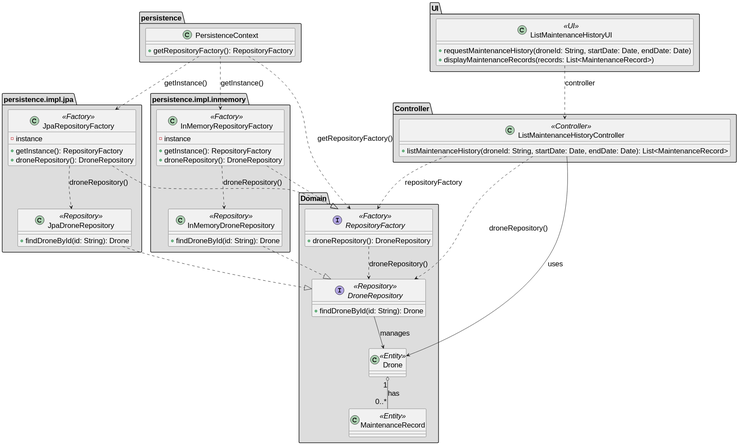
This is docs/SPRINT_3/US325/images/class-diagram-325.svg from diogoveirospro/sem4pi-2024-2025-sem4pi_2024_2025_g44, a PlantUML export, as it was before one commit. The source it was exported from:
```plantuml
@startuml
skinparamlocked defaultFontSize 20
set separator none

package "Domain" #DDDDDD {

    class Drone <<Entity>> {
    }

    class MaintenanceRecord <<Entity>> {
    }

    interface DroneRepository <<Repository>> {
        + findDroneById(id: String): Drone
    }

    interface RepositoryFactory <<Factory>> {
        + droneRepository(): DroneRepository
    }
}

package "UI" #DDDDDD {
    class ListMaintenanceHistoryUI <<UI>> {
        + requestMaintenanceHistory(droneId: String, startDate: Date, endDate: Date)
        + displayMaintenanceRecords(records: List<MaintenanceRecord>)
    }
}

package "Controller" #DDDDDD {
    class ListMaintenanceHistoryController <<Controller>> {
        + listMaintenanceHistory(droneId: String, startDate: Date, endDate: Date): List<MaintenanceRecord>
    }
}

package "persistence.impl.jpa" #DDDDDD {
    class JpaDroneRepository <<Repository>> {
        + findDroneById(id: String): Drone
    }

    class JpaRepositoryFactory <<Factory>> {
        - instance
        + getInstance(): RepositoryFactory
        + droneRepository(): DroneRepository
    }
}

package "persistence.impl.inmemory" #DDDDDD {
    class InMemoryDroneRepository <<Repository>> {
        + findDroneById(id: String): Drone
    }

    class InMemoryRepositoryFactory <<Factory>> {
        - instance
        + getInstance(): RepositoryFactory
        + droneRepository(): DroneRepository
    }
}

package "persistence" #DDDDDD {
    class PersistenceContext {
        + getRepositoryFactory(): RepositoryFactory
    }
}


Drone "1" o-- "0..*" MaintenanceRecord : has

DroneRepository --> Drone : manages
RepositoryFactory ..> DroneRepository : droneRepository()

ListMaintenanceHistoryController ..> RepositoryFactory : repositoryFactory
ListMaintenanceHistoryController ..> DroneRepository : droneRepository()
ListMaintenanceHistoryController --> Drone : uses

ListMaintenanceHistoryUI ..> ListMaintenanceHistoryController : controller

PersistenceContext ..> JpaRepositoryFactory : getInstance()
PersistenceContext ..> InMemoryRepositoryFactory : getInstance()
PersistenceContext ..> RepositoryFactory : getRepositoryFactory()

JpaDroneRepository ..|> DroneRepository
InMemoryDroneRepository ..|> DroneRepository

JpaRepositoryFactory ..|> RepositoryFactory
InMemoryRepositoryFactory ..|> RepositoryFactory

JpaRepositoryFactory ..> JpaDroneRepository : droneRepository()
InMemoryRepositoryFactory ..> InMemoryDroneRepository : droneRepository()
@enduml
```
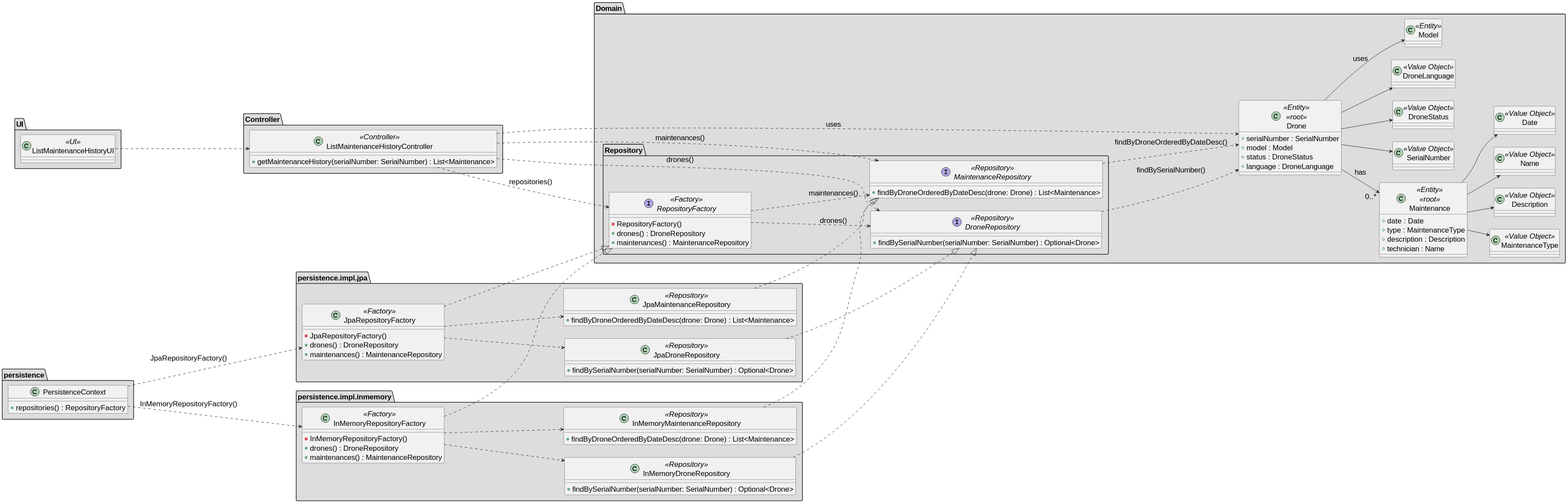
The same diagram one commit later.

Change to the diagram source:
```diff
@@ -1,89 +1,136 @@
 @startuml
 skinparamlocked defaultFontSize 20
 set separator none
+left to right direction
 
 package "Domain" #DDDDDD {
 
-    class Drone <<Entity>> {
+    package "Repository" #DDDDDD {
+        Interface DroneRepository <<Repository>> {
+            + findBySerialNumber(serialNumber: SerialNumber) : Optional<Drone>
+        }
+
+        Interface MaintenanceRepository <<Repository>> {
+            + findByDroneOrderedByDateDesc(drone: Drone) : List<Maintenance>
+        }
+
+        Interface RepositoryFactory <<Factory>> {
+            - RepositoryFactory()
+            + drones() : DroneRepository
+            + maintenances() : MaintenanceRepository
+        }
     }
 
-    class MaintenanceRecord <<Entity>> {
+    class Drone <<Entity>> <<root>> {
+        + serialNumber : SerialNumber
+        + model : Model
+        + status : DroneStatus
+        + language : DroneLanguage
     }
 
-    interface DroneRepository <<Repository>> {
-        + findDroneById(id: String): Drone
+    class Maintenance <<Entity>> <<root>> {
+        + date : Date
+        + type : MaintenanceType
+        + description : Description
+        + technician : Name
     }
 
-    interface RepositoryFactory <<Factory>> {
-        + droneRepository(): DroneRepository
-    }
+    class SerialNumber <<Value Object>>
+    class MaintenanceType <<Value Object>>
+    class Description <<Value Object>>
+    class Name <<Value Object>>
+    class Date <<Value Object>>
+    class DroneStatus <<Value Object>>
+    class DroneLanguage <<Value Object>>
+    class Model <<Entity>>
 }
 
 package "UI" #DDDDDD {
     class ListMaintenanceHistoryUI <<UI>> {
-        + requestMaintenanceHistory(droneId: String, startDate: Date, endDate: Date)
-        + displayMaintenanceRecords(records: List<MaintenanceRecord>)
     }
 }
 
 package "Controller" #DDDDDD {
     class ListMaintenanceHistoryController <<Controller>> {
-        + listMaintenanceHistory(droneId: String, startDate: Date, endDate: Date): List<MaintenanceRecord>
+        + getMaintenanceHistory(serialNumber: SerialNumber) : List<Maintenance>
     }
 }
 
 package "persistence.impl.jpa" #DDDDDD {
     class JpaDroneRepository <<Repository>> {
-        + findDroneById(id: String): Drone
+        + findBySerialNumber(serialNumber: SerialNumber) : Optional<Drone>
+    }
+
+    class JpaMaintenanceRepository <<Repository>> {
+        + findByDroneOrderedByDateDesc(drone: Drone) : List<Maintenance>
     }
 
     class JpaRepositoryFactory <<Factory>> {
-        - instance
-        + getInstance(): RepositoryFactory
-        + droneRepository(): DroneRepository
+        - JpaRepositoryFactory()
+        + drones() : DroneRepository
+        + maintenances() : MaintenanceRepository
     }
 }
 
 package "persistence.impl.inmemory" #DDDDDD {
     class InMemoryDroneRepository <<Repository>> {
-        + findDroneById(id: String): Drone
+        + findBySerialNumber(serialNumber: SerialNumber) : Optional<Drone>
+    }
+
+    class InMemoryMaintenanceRepository <<Repository>> {
+        + findByDroneOrderedByDateDesc(drone: Drone) : List<Maintenance>
     }
 
     class InMemoryRepositoryFactory <<Factory>> {
-        - instance
-        + getInstance(): RepositoryFactory
-        + droneRepository(): DroneRepository
+        - InMemoryRepositoryFactory()
+        + drones() : DroneRepository
+        + maintenances() : MaintenanceRepository
     }
 }
 
 package "persistence" #DDDDDD {
     class PersistenceContext {
-        + getRepositoryFactory(): RepositoryFactory
+        + repositories() : RepositoryFactory
     }
 }
 
+Drone --> "0..*" Maintenance : has
+Drone --> Model : uses
+Drone --> SerialNumber
+Drone --> DroneStatus
+Drone --> DroneLanguage
 
-Drone "1" o-- "0..*" MaintenanceRecord : has
+Maintenance --> MaintenanceType
+Maintenance --> Date
+Maintenance --> Description
+Maintenance --> Name
 
-DroneRepository --> Drone : manages
-RepositoryFactory ..> DroneRepository : droneRepository()
+RepositoryFactory ..> DroneRepository : drones()
+RepositoryFactory ..> MaintenanceRepository : maintenances()
 
-ListMaintenanceHistoryController ..> RepositoryFactory : repositoryFactory
-ListMaintenanceHistoryController ..> DroneRepository : droneRepository()
-ListMaintenanceHistoryController --> Drone : uses
+ListMaintenanceHistoryUI ..> ListMaintenanceHistoryController
+ListMaintenanceHistoryController ..> RepositoryFactory : repositories()
+ListMaintenanceHistoryController ..> DroneRepository : drones()
+ListMaintenanceHistoryController ..> MaintenanceRepository : maintenances()
+ListMaintenanceHistoryController ..> Drone : uses
 
-ListMaintenanceHistoryUI ..> ListMaintenanceHistoryController : controller
+DroneRepository ..> Drone : findBySerialNumber()
+MaintenanceRepository ..> Drone : findByDroneOrderedByDateDesc()
 
-PersistenceContext ..> JpaRepositoryFactory : getInstance()
-PersistenceContext ..> InMemoryRepositoryFactory : getInstance()
-PersistenceContext ..> RepositoryFactory : getRepositoryFactory()
+PersistenceContext ..> JpaRepositoryFactory : JpaRepositoryFactory()
+PersistenceContext ..> InMemoryRepositoryFactory : InMemoryRepositoryFactory()
+
+JpaRepositoryFactory ..|> RepositoryFactory
+JpaRepositoryFactory ..> JpaDroneRepository
+JpaRepositoryFactory ..> JpaMaintenanceRepository
 
 JpaDroneRepository ..|> DroneRepository
+JpaMaintenanceRepository ..|> MaintenanceRepository
+
+InMemoryRepositoryFactory ..|> RepositoryFactory
+InMemoryRepositoryFactory ..> InMemoryDroneRepository
+InMemoryRepositoryFactory ..> InMemoryMaintenanceRepository
+
 InMemoryDroneRepository ..|> DroneRepository
-
-JpaRepositoryFactory ..|> RepositoryFactory
-InMemoryRepositoryFactory ..|> RepositoryFactory
-
-JpaRepositoryFactory ..> JpaDroneRepository : droneRepository()
-InMemoryRepositoryFactory ..> InMemoryDroneRepository : droneRepository()
+InMemoryMaintenanceRepository ..|> MaintenanceRepository
 @enduml
```
